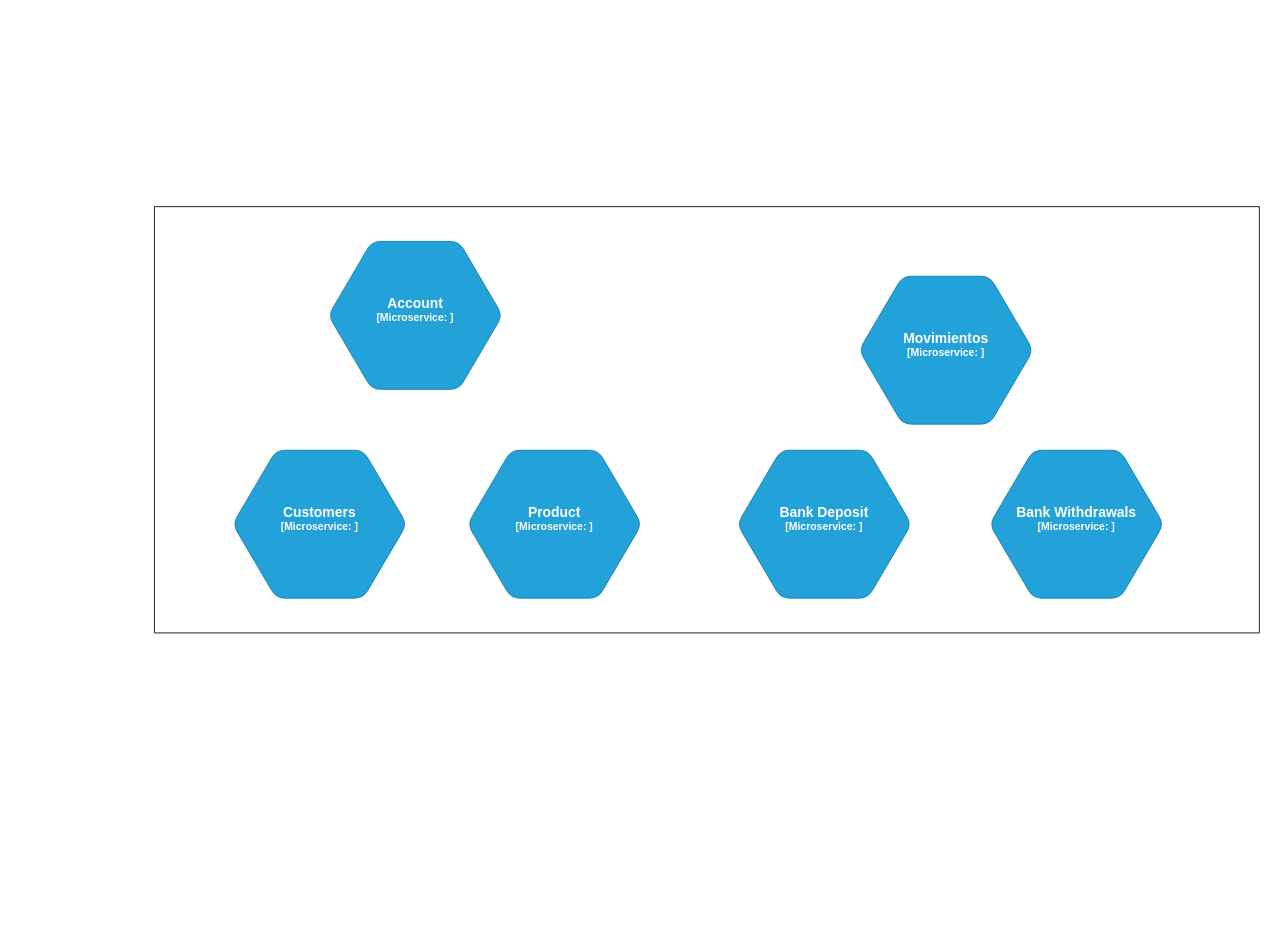
Before: page "Page-1" (1 of 2) of Project 2.drawio in edwarparedes/Diagram-2, a draw.io diagram. Source tidied: cells renumbered, new cells numbered last; positions are measured from the earlier drawing's top-left corner, leaving out a move shared by most shapes. Both pictures are drawn from the tidied source at 87%, with x=0, y=0 at pixel (154, 206). Pictures stored in the file or linked from it are replaced by grey dashed boxes.
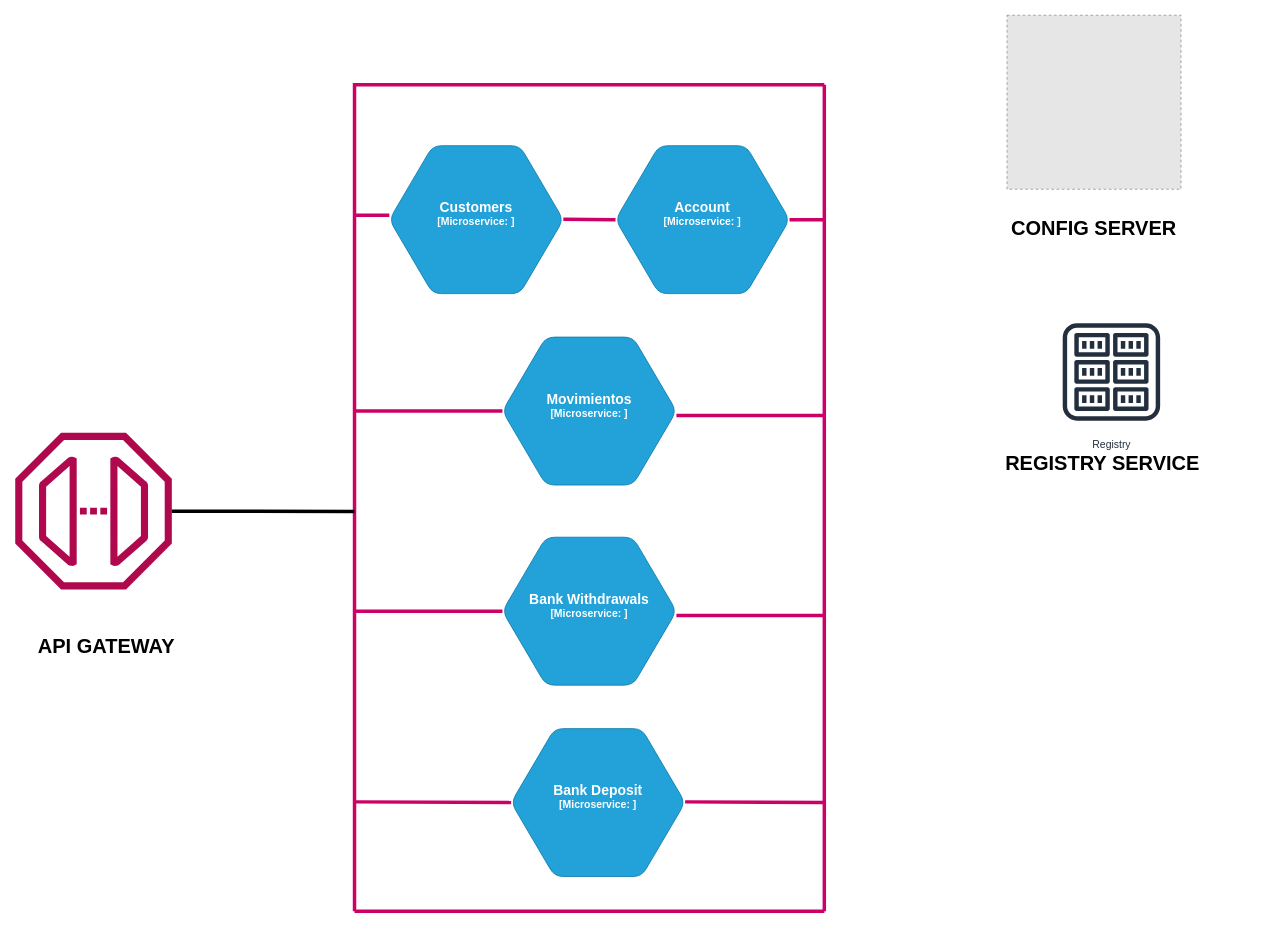
The same page after the edit.

Change to the diagram source:
```diff
@@
-    <object id="2" label="&lt;font style=&quot;font-size: 16px&quot;&gt;&lt;b&gt;%c4Type%&lt;/font&gt;&lt;div&gt;[%c4Container%:&amp;nbsp;%c4Technology%]&lt;/div&gt;&lt;br&gt;&lt;div&gt;&lt;font style=&quot;font-size: 11px&quot;&gt;&lt;font color=&quot;#E6E6E6&quot;&gt;%c4Description%&lt;/font&gt;&lt;/div&gt;" c4Container="Microservice" c4Description="" c4Technology="" c4Type="Product" placeholders="1">
-      <mxCell style="shape=hexagon;size=50;perimeter=hexagonPerimeter2;whiteSpace=wrap;html=1;fixedSize=1;rounded=1;labelBackgroundColor=none;fillColor=#23A2D9;fontSize=12;fontColor=#ffffff;align=center;strokeColor=#0E7DAD;" parent="1" vertex="1">
-        <mxGeometry x="360" y="280" width="200" height="170" as="geometry" />
-      </mxCell>
-    </object>
     <object id="3" label="&lt;font style=&quot;font-size: 16px&quot;&gt;&lt;b&gt;%c4Type%&lt;/font&gt;&lt;div&gt;[%c4Container%:&amp;nbsp;%c4Technology%]&lt;/div&gt;&lt;br&gt;&lt;div&gt;&lt;font style=&quot;font-size: 11px&quot;&gt;&lt;font color=&quot;#E6E6E6&quot;&gt;%c4Description%&lt;/font&gt;&lt;/div&gt;" c4Container="Microservice" c4Description="" c4Technology="" c4Type="Customers" placeholders="1">
       <mxCell style="shape=hexagon;size=50;perimeter=hexagonPerimeter2;whiteSpace=wrap;html=1;fixedSize=1;rounded=1;labelBackgroundColor=none;fillColor=#23A2D9;fontSize=12;fontColor=#ffffff;align=center;strokeColor=#0E7DAD;" parent="1" vertex="1">
-        <mxGeometry x="90" y="280" width="200" height="170" as="geometry" />
+        <mxGeometry x="270" y="-70" width="200" height="170" as="geometry" />
       </mxCell>
     </object>
     <object id="4" label="&lt;font style=&quot;font-size: 16px&quot;&gt;&lt;b&gt;%c4Type%&lt;/font&gt;&lt;div&gt;[%c4Container%:&amp;nbsp;%c4Technology%]&lt;/div&gt;&lt;br&gt;&lt;div&gt;&lt;font style=&quot;font-size: 11px&quot;&gt;&lt;font color=&quot;#E6E6E6&quot;&gt;%c4Description%&lt;/font&gt;&lt;/div&gt;" c4Container="Microservice" c4Description="" c4Technology="" c4Type="Movimientos" placeholders="1">
       <mxCell style="shape=hexagon;size=50;perimeter=hexagonPerimeter2;whiteSpace=wrap;html=1;fixedSize=1;rounded=1;labelBackgroundColor=none;fillColor=#23A2D9;fontSize=12;fontColor=#ffffff;align=center;strokeColor=#0E7DAD;points=[[0.5,0,0],[1,0.25,0],[1,0.5,0],[1,0.75,0],[0.5,1,0],[0,0.75,0],[0,0.5,0],[0,0.25,0]];" parent="1" vertex="1">
-        <mxGeometry x="810" y="80" width="200" height="170" as="geometry" />
+        <mxGeometry x="400" y="150" width="200" height="170" as="geometry" />
       </mxCell>
     </object>
     <object id="5" label="&lt;font style=&quot;font-size: 16px&quot;&gt;&lt;b&gt;%c4Type%&lt;/font&gt;&lt;div&gt;[%c4Container%:&amp;nbsp;%c4Technology%]&lt;/div&gt;&lt;br&gt;&lt;div&gt;&lt;font style=&quot;font-size: 11px&quot;&gt;&lt;font color=&quot;#E6E6E6&quot;&gt;%c4Description%&lt;/font&gt;&lt;/div&gt;" c4Container="Microservice" c4Description="" c4Technology="" c4Type="Bank Deposit" placeholders="1">
       <mxCell style="shape=hexagon;size=50;perimeter=hexagonPerimeter2;whiteSpace=wrap;html=1;fixedSize=1;rounded=1;labelBackgroundColor=none;fillColor=#23A2D9;fontSize=12;fontColor=#ffffff;align=center;strokeColor=#0E7DAD;points=[[0.5,0,0],[1,0.25,0],[1,0.5,0],[1,0.75,0],[0.5,1,0],[0,0.75,0],[0,0.5,0],[0,0.25,0]];" parent="1" vertex="1">
-        <mxGeometry x="670" y="280" width="200" height="170" as="geometry" />
+        <mxGeometry x="410" y="600" width="200" height="170" as="geometry" />
       </mxCell>
     </object>
     <object id="6" label="&lt;font style=&quot;font-size: 16px&quot;&gt;&lt;b&gt;%c4Type%&lt;/font&gt;&lt;div&gt;[%c4Container%:&amp;nbsp;%c4Technology%]&lt;/div&gt;&lt;br&gt;&lt;div&gt;&lt;font style=&quot;font-size: 11px&quot;&gt;&lt;font color=&quot;#E6E6E6&quot;&gt;%c4Description%&lt;/font&gt;&lt;/div&gt;" c4Container="Microservice" c4Description="" c4Technology="" c4Type="Account" placeholders="1">
       <mxCell style="shape=hexagon;size=50;perimeter=hexagonPerimeter2;whiteSpace=wrap;html=1;fixedSize=1;rounded=1;labelBackgroundColor=none;fillColor=#23A2D9;fontSize=12;fontColor=#ffffff;align=center;strokeColor=#0E7DAD;points=[[0.5,0,0],[1,0.25,0],[1,0.5,0],[1,0.75,0],[0.5,1,0],[0,0.75,0],[0,0.5,0],[0,0.25,0]];" parent="1" vertex="1">
-        <mxGeometry x="200" y="40" width="200" height="170" as="geometry" />
+        <mxGeometry x="530" y="-70" width="200" height="170" as="geometry" />
       </mxCell>
     </object>
-    <mxCell id="7" style="endArrow=none;html=1;rounded=0;" parent="1" edge="1">
-      <mxGeometry relative="1" as="geometry">
-        <mxPoint y="490" as="sourcePoint" />
-        <mxPoint x="1270" as="targetPoint" />
-        <Array as="points">
-          <mxPoint />
-        </Array>
-      </mxGeometry>
-    </mxCell>
-    <mxCell id="8" style="endArrow=none;html=1;rounded=0;" parent="1" edge="1">
-      <mxGeometry relative="1" as="geometry">
-        <mxPoint y="490" as="sourcePoint" />
-        <mxPoint x="1270" y="490" as="targetPoint" />
-      </mxGeometry>
-    </mxCell>
-    <mxCell id="9" style="endArrow=none;html=1;rounded=0;" parent="1" edge="1">
-      <mxGeometry relative="1" as="geometry">
-        <mxPoint x="1270" y="490" as="sourcePoint" />
-        <mxPoint x="1270" as="targetPoint" />
-      </mxGeometry>
-    </mxCell>
+    <mxCell id="11" style="endArrow=none;html=1;rounded=0;strokeWidth=4;fillColor=#d5e8d4;strokeColor=#CC0066;" parent="1" edge="1">
+      <mxGeometry relative="1" as="geometry">
+        <mxPoint x="230" y="810" as="sourcePoint" />
+        <mxPoint x="770" y="-140" as="targetPoint" />
+        <Array as="points">
+          <mxPoint x="230" y="-140" />
+        </Array>
+      </mxGeometry>
+    </mxCell>
+    <mxCell id="12" style="endArrow=none;html=1;rounded=0;strokeWidth=4;fillColor=#d5e8d4;strokeColor=#CC0066;" parent="1" edge="1">
+      <mxGeometry relative="1" as="geometry">
+        <mxPoint x="230" y="810" as="sourcePoint" />
+        <mxPoint x="770" y="810" as="targetPoint" />
+      </mxGeometry>
+    </mxCell>
+    <mxCell id="13" style="endArrow=none;html=1;rounded=0;strokeWidth=4;fillColor=#d5e8d4;strokeColor=#CC0066;" parent="1" edge="1">
+      <mxGeometry relative="1" as="geometry">
+        <mxPoint x="770" y="810" as="sourcePoint" />
+        <mxPoint x="770" y="-140" as="targetPoint" />
+      </mxGeometry>
+    </mxCell>
     <object id="10" label="&lt;font style=&quot;font-size: 16px&quot;&gt;&lt;b&gt;%c4Type%&lt;/font&gt;&lt;div&gt;[%c4Container%:&amp;nbsp;%c4Technology%]&lt;/div&gt;&lt;br&gt;&lt;div&gt;&lt;font style=&quot;font-size: 11px&quot;&gt;&lt;font color=&quot;#E6E6E6&quot;&gt;%c4Description%&lt;/font&gt;&lt;/div&gt;" c4Container="Microservice" c4Description="" c4Technology="" c4Type="Bank Withdrawals" placeholders="1">
       <mxCell style="shape=hexagon;size=50;perimeter=hexagonPerimeter2;whiteSpace=wrap;html=1;fixedSize=1;rounded=1;labelBackgroundColor=none;fillColor=#23A2D9;fontSize=12;fontColor=#ffffff;align=center;strokeColor=#0E7DAD;points=[[0.5,0,0],[1,0.25,0],[1,0.5,0],[1,0.75,0],[0.5,1,0],[0,0.75,0],[0,0.5,0],[0,0.25,0]];" parent="1" vertex="1">
-        <mxGeometry x="960" y="280" width="200" height="170" as="geometry" />
+        <mxGeometry x="400" y="380" width="200" height="170" as="geometry" />
       </mxCell>
     </object>
+    <mxCell id="14" style="sketch=0;outlineConnect=0;fontColor=#232F3E;gradientColor=none;fillColor=#B0084D;strokeColor=none;dashed=0;verticalLabelPosition=bottom;verticalAlign=top;align=center;html=1;fontSize=12;fontStyle=0;shape=mxgraph.aws4.endpoint;" parent="1" vertex="1">
+      <mxGeometry x="-160" y="260" width="180" height="180" as="geometry" />
+    </mxCell>
+    <mxCell id="15" value="&lt;font style=&quot;font-size: 23px&quot;&gt;API GATEWAY&lt;/font&gt;" style="text;html=1;strokeColor=none;fillColor=none;align=center;verticalAlign=middle;whiteSpace=wrap;rounded=0;fontStyle=1;" parent="1" vertex="1">
+      <mxGeometry x="-150" y="490" width="190" height="30" as="geometry" />
+    </mxCell>
+    <mxCell id="16" style="endArrow=none;html=1;rounded=0;fontSize=23;strokeColor=#CC0066;strokeWidth=4;entryX=0;entryY=0.5;entryDx=0;entryDy=0;entryPerimeter=0;" parent="1" edge="1" target="4">
+      <mxGeometry relative="1" as="geometry">
+        <mxPoint x="230" y="235" as="sourcePoint" />
+      </mxGeometry>
+    </mxCell>
+    <mxCell id="17" style="endArrow=none;html=1;rounded=0;fontSize=23;strokeColor=#CC0066;strokeWidth=4;" parent="1" edge="1">
+      <mxGeometry relative="1" as="geometry">
+        <mxPoint x="600" y="240" as="sourcePoint" />
+        <mxPoint x="600" y="240" as="targetPoint" />
+        <Array as="points">
+          <mxPoint x="770" y="240" />
+        </Array>
+      </mxGeometry>
+    </mxCell>
+    <mxCell id="18" style="endArrow=none;html=1;rounded=0;fontSize=23;strokeColor=#CC0066;strokeWidth=4;entryX=0;entryY=0.5;entryDx=0;entryDy=0;entryPerimeter=0;" parent="1" edge="1" target="10">
+      <mxGeometry relative="1" as="geometry">
+        <mxPoint x="230" y="465" as="sourcePoint" />
+      </mxGeometry>
+    </mxCell>
+    <mxCell id="19" style="endArrow=none;html=1;rounded=0;fontSize=23;strokeColor=#CC0066;strokeWidth=4;" parent="1" edge="1">
+      <mxGeometry relative="1" as="geometry">
+        <mxPoint x="600" y="470" as="sourcePoint" />
+        <mxPoint x="770" y="470" as="targetPoint" />
+      </mxGeometry>
+    </mxCell>
+    <mxCell id="20" style="endArrow=none;html=1;rounded=0;fontSize=23;strokeColor=#CC0066;strokeWidth=4;entryX=0;entryY=0.5;entryDx=0;entryDy=0;entryPerimeter=0;" parent="1" edge="1" target="5">
+      <mxGeometry relative="1" as="geometry">
+        <mxPoint x="230" y="684.2" as="sourcePoint" />
+      </mxGeometry>
+    </mxCell>
+    <mxCell id="21" style="endArrow=none;html=1;rounded=0;fontSize=23;strokeColor=#CC0066;strokeWidth=4;" parent="1" edge="1">
+      <mxGeometry relative="1" as="geometry">
+        <mxPoint x="610" y="684.2" as="sourcePoint" />
+        <mxPoint x="770" y="685" as="targetPoint" />
+      </mxGeometry>
+    </mxCell>
+    <mxCell id="22" style="endArrow=none;html=1;rounded=0;fontSize=23;strokeColor=#CC0066;strokeWidth=4;" parent="1" edge="1">
+      <mxGeometry relative="1" as="geometry">
+        <mxPoint x="230" y="10" as="sourcePoint" />
+        <mxPoint x="270" y="10" as="targetPoint" />
+      </mxGeometry>
+    </mxCell>
+    <mxCell id="23" style="endArrow=none;html=1;rounded=0;fontSize=23;strokeColor=#CC0066;strokeWidth=4;entryX=0;entryY=0.5;entryDx=0;entryDy=0;entryPerimeter=0;" parent="1" edge="1" target="6">
+      <mxGeometry relative="1" as="geometry">
+        <mxPoint x="470" y="14.4" as="sourcePoint" />
+      </mxGeometry>
+    </mxCell>
+    <mxCell id="24" style="endArrow=none;html=1;rounded=0;fontSize=23;strokeColor=#CC0066;strokeWidth=4;" parent="1" edge="1">
+      <mxGeometry relative="1" as="geometry">
+        <mxPoint x="730" y="15" as="sourcePoint" />
+        <mxPoint x="770" y="15" as="targetPoint" />
+      </mxGeometry>
+    </mxCell>
+    <mxCell id="25" style="endArrow=none;html=1;rounded=0;fontSize=23;strokeColor=#000000;strokeWidth=4;" parent="1" edge="1" source="14">
+      <mxGeometry relative="1" as="geometry">
+        <mxPoint x="230" y="350.4" as="targetPoint" />
+      </mxGeometry>
+    </mxCell>
+    <mxCell id="26" style="fillColor=#E6E6E6;strokeColor=#999999;dashed=1;html=1;verticalAlign=top;verticalLabelPosition=bottom;labelBackgroundColor=#ffffff;fontSize=23;" parent="1" vertex="1">
+      <mxGeometry x="980" y="-220" width="200" height="200" as="geometry" />
+    </mxCell>
+    <mxCell id="27" value="&lt;font style=&quot;font-size: 23px&quot;&gt;CONFIG SERVER&lt;/font&gt;" style="text;html=1;strokeColor=none;fillColor=none;align=center;verticalAlign=middle;whiteSpace=wrap;rounded=0;fontStyle=1;" parent="1" vertex="1">
+      <mxGeometry x="940" y="10" width="280" height="30" as="geometry" />
+    </mxCell>
+    <mxCell id="28" value="Registry" style="sketch=0;fontColor=#232F3E;gradientColor=none;strokeColor=#232F3E;fillColor=#ffffff;dashed=0;verticalLabelPosition=bottom;verticalAlign=top;align=center;html=1;fontSize=12;fontStyle=0;shape=mxgraph.aws4.resourceIcon;resIcon=mxgraph.aws4.registry;" parent="1" vertex="1">
+      <mxGeometry x="1030" y="120" width="140" height="140" as="geometry" />
+    </mxCell>
+    <mxCell id="29" value="&lt;font style=&quot;font-size: 23px&quot;&gt;REGISTRY SERVICE&lt;/font&gt;" style="text;html=1;strokeColor=none;fillColor=none;align=center;verticalAlign=middle;whiteSpace=wrap;rounded=0;fontStyle=1;" parent="1" vertex="1">
+      <mxGeometry x="950" y="280" width="280" height="30" as="geometry" />
+    </mxCell>
```
